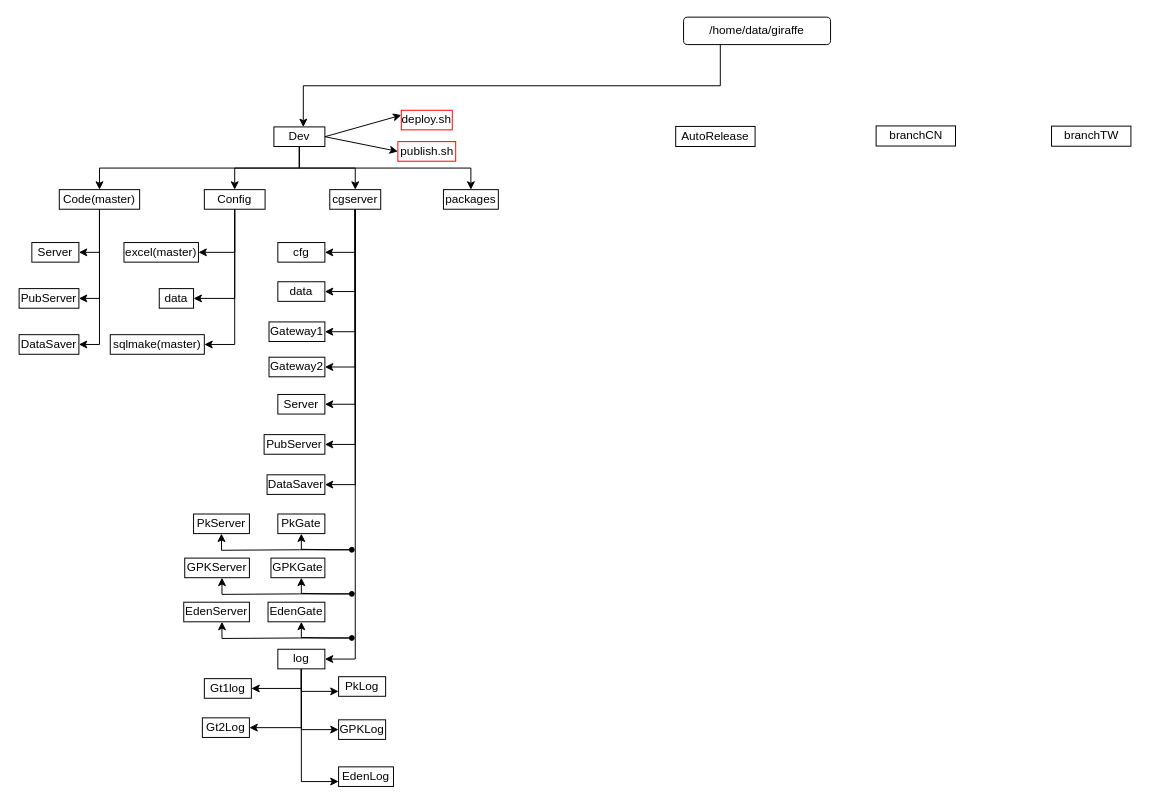
Before: cgArch.drawio in xiaodongYao/DrawIO, a draw.io diagram. Source tidied: cells renumbered, new cells numbered last; positions are measured from the earlier drawing's top-left corner, leaving out a move shared by most shapes. Both pictures are drawn from the tidied source at 98%, with x=0, y=0 at pixel (19, 17).
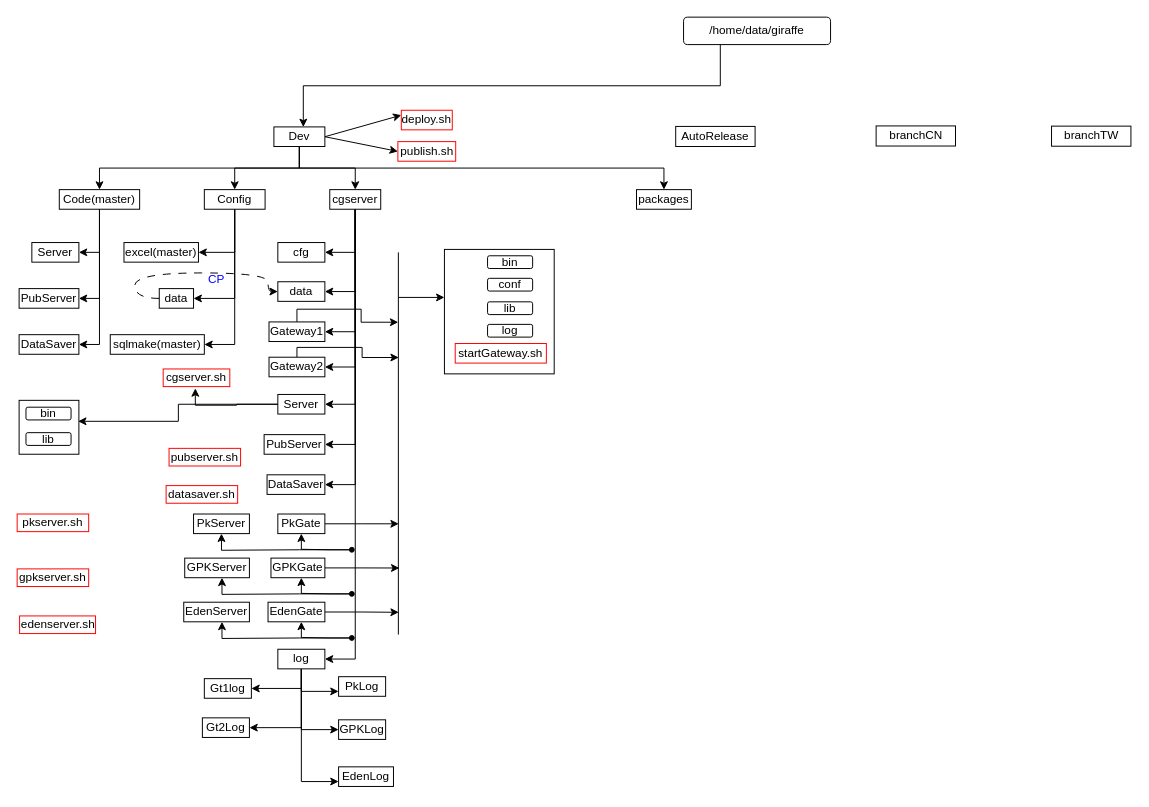
After the change.

The change refers to these unchanged cells:
```xml
<mxCell id="33" value="data" style="rounded=0;whiteSpace=wrap;html=1;" parent="1" vertex="1">
  <mxGeometry x="143" y="277" width="35" height="20" as="geometry" />
</mxCell>
<mxCell id="39" value="data" style="rounded=0;whiteSpace=wrap;html=1;" parent="1" vertex="1">
  <mxGeometry x="264" y="270" width="48" height="20" as="geometry" />
</mxCell>
<mxCell id="40" value="Gateway1" style="rounded=0;whiteSpace=wrap;html=1;" parent="1" vertex="1">
  <mxGeometry x="255" y="311" width="57" height="20" as="geometry" />
</mxCell>
<mxCell id="41" value="Server" style="rounded=0;whiteSpace=wrap;html=1;" parent="1" vertex="1">
  <mxGeometry x="264" y="385" width="48" height="20" as="geometry" />
</mxCell>
<mxCell id="43" value="PkGate" style="rounded=0;whiteSpace=wrap;html=1;" parent="1" vertex="1">
  <mxGeometry x="264" y="507" width="48" height="20" as="geometry" />
</mxCell>
<mxCell id="46" value="Gateway2" style="rounded=0;whiteSpace=wrap;html=1;" parent="1" vertex="1">
  <mxGeometry x="255" y="347" width="57" height="20" as="geometry" />
</mxCell>
<mxCell id="49" value="GPKGate" style="rounded=0;whiteSpace=wrap;html=1;" parent="1" vertex="1">
  <mxGeometry x="257" y="552" width="55" height="20" as="geometry" />
</mxCell>
<mxCell id="51" value="EdenGate" style="rounded=0;whiteSpace=wrap;html=1;" parent="1" vertex="1">
  <mxGeometry x="254" y="597" width="58" height="20" as="geometry" />
</mxCell>
```

The edit, as a diff of the source:
```diff
@@
+    <mxCell id="73" style="edgeStyle=orthogonalEdgeStyle;rounded=0;jettySize=auto;html=1;exitX=0.5;exitY=0;exitDx=0;exitDy=0;" parent="1" edge="1" source="40">
+      <mxGeometry relative="1" as="geometry">
+        <mxPoint x="386.9" y="311.3" as="targetPoint" />
+        <Array as="points">
+          <mxPoint x="283" y="298" />
+          <mxPoint x="349" y="298" />
+          <mxPoint x="349" y="311" />
+        </Array>
+      </mxGeometry>
+    </mxCell>
@@
+    <mxCell id="74" style="edgeStyle=orthogonalEdgeStyle;rounded=0;jettySize=auto;html=1;exitX=0;exitY=0.5;exitDx=0;exitDy=0;" parent="1" edge="1" source="41">
+      <mxGeometry relative="1" as="geometry">
+        <mxPoint x="179.8" y="378.8" as="targetPoint" />
+        <Array as="points">
+          <mxPoint x="222" y="395" />
+          <mxPoint x="180" y="396" />
+        </Array>
+      </mxGeometry>
+    </mxCell>
@@
+    <mxCell id="75" style="edgeStyle=orthogonalEdgeStyle;rounded=0;jettySize=auto;html=1;exitX=1;exitY=0.5;exitDx=0;exitDy=0;" parent="1" edge="1" source="43">
+      <mxGeometry relative="1" as="geometry">
+        <mxPoint x="387.4" y="517" as="targetPoint" />
+      </mxGeometry>
+    </mxCell>
@@
+    <mxCell id="76" style="edgeStyle=orthogonalEdgeStyle;rounded=0;jettySize=auto;html=1;exitX=0.5;exitY=0;exitDx=0;exitDy=0;" parent="1" edge="1" source="46">
+      <mxGeometry relative="1" as="geometry">
+        <mxPoint x="387.4" y="347.3" as="targetPoint" />
+        <Array as="points">
+          <mxPoint x="283" y="337" />
+          <mxPoint x="350" y="337" />
+          <mxPoint x="350" y="347" />
+        </Array>
+      </mxGeometry>
+    </mxCell>
@@
     <mxCell id="47" value="packages" style="rounded=0;whiteSpace=wrap;html=1;" parent="1" vertex="1">
-      <mxGeometry x="433" y="176" width="56" height="20" as="geometry" />
+      <mxGeometry x="630" y="176" width="56" height="20" as="geometry" />
     </mxCell>
@@
+    <mxCell id="77" style="edgeStyle=orthogonalEdgeStyle;rounded=0;jettySize=auto;html=1;exitX=1;exitY=0.5;exitDx=0;exitDy=0;" parent="1" edge="1" source="49">
+      <mxGeometry relative="1" as="geometry">
+        <mxPoint x="388" y="562.1" as="targetPoint" />
+      </mxGeometry>
+    </mxCell>
@@
+    <mxCell id="78" style="edgeStyle=orthogonalEdgeStyle;rounded=0;jettySize=auto;html=1;exitX=1;exitY=0.5;exitDx=0;exitDy=0;" parent="1" edge="1" source="51">
+      <mxGeometry relative="1" as="geometry">
+        <mxPoint x="387.4" y="607.3" as="targetPoint" />
+      </mxGeometry>
+    </mxCell>
@@
+    <mxCell id="79" style="edgeStyle=orthogonalEdgeStyle;rounded=0;jettySize=auto;html=1;exitX=0;exitY=0.5;exitDx=0;exitDy=0;entryX=0;entryY=0.5;entryDx=0;entryDy=0;curved=1;dashed=1;dashPattern=8 8;" parent="1" edge="1" source="33" target="39">
+      <mxGeometry relative="1" as="geometry">
+        <Array as="points">
+          <mxPoint x="118" y="287" />
+          <mxPoint x="118" y="261" />
+          <mxPoint x="254" y="261" />
+          <mxPoint x="254" y="280" />
+        </Array>
+      </mxGeometry>
+    </mxCell>
@@
+    <mxCell id="80" value="CP" style="text;html=1;align=center;verticalAlign=middle;whiteSpace=wrap;rounded=0;fontColor=#0000FF;" parent="1" vertex="1">
+      <mxGeometry x="192" y="258" width="19" height="19" as="geometry" />
+    </mxCell>
+    <mxCell id="81" style="rounded=0;whiteSpace=wrap;html=1;" parent="1" vertex="1">
+      <mxGeometry x="434" y="237" width="112" height="127" as="geometry" />
+    </mxCell>
+    <mxCell id="82" value="bin" style="rounded=1;whiteSpace=wrap;html=1;" parent="1" vertex="1">
+      <mxGeometry x="478" y="243.5" width="46" height="13" as="geometry" />
+    </mxCell>
+    <mxCell id="83" value="conf" style="rounded=1;whiteSpace=wrap;html=1;" parent="1" vertex="1">
+      <mxGeometry x="478" y="266.5" width="46" height="13" as="geometry" />
+    </mxCell>
+    <mxCell id="84" value="lib" style="rounded=1;whiteSpace=wrap;html=1;" parent="1" vertex="1">
+      <mxGeometry x="478" y="290.5" width="46" height="13" as="geometry" />
+    </mxCell>
+    <mxCell id="85" value="log" style="rounded=1;whiteSpace=wrap;html=1;" parent="1" vertex="1">
+      <mxGeometry x="478" y="313.5" width="46" height="13" as="geometry" />
+    </mxCell>
+    <mxCell id="86" value="startGateway.sh" style="rounded=0;whiteSpace=wrap;html=1;strokeColor=light-dark(#ff0000, #ededed);" parent="1" vertex="1">
+      <mxGeometry x="445" y="333" width="93" height="20" as="geometry" />
+    </mxCell>
+    <mxCell id="87" style="endArrow=none;html=1;rounded=0;" parent="1" edge="1">
+      <mxGeometry relative="1" as="geometry">
+        <mxPoint x="387" y="630" as="sourcePoint" />
+        <mxPoint x="387" y="240" as="targetPoint" />
+      </mxGeometry>
+    </mxCell>
+    <mxCell id="88" style="endArrow=classic;html=1;rounded=0;" parent="1" edge="1">
+      <mxGeometry relative="1" as="geometry">
+        <mxPoint x="387" y="286" as="sourcePoint" />
+        <mxPoint x="434" y="286" as="targetPoint" />
+      </mxGeometry>
+    </mxCell>
+    <mxCell id="89" style="rounded=0;whiteSpace=wrap;html=1;" parent="1" vertex="1">
+      <mxGeometry y="391" width="61" height="55" as="geometry" />
+    </mxCell>
+    <mxCell id="90" value="bin" style="rounded=1;whiteSpace=wrap;html=1;" parent="1" vertex="1">
+      <mxGeometry x="7" y="398" width="46" height="13" as="geometry" />
+    </mxCell>
+    <mxCell id="91" value="lib" style="rounded=1;whiteSpace=wrap;html=1;" parent="1" vertex="1">
+      <mxGeometry x="7" y="424" width="46" height="13" as="geometry" />
+    </mxCell>
+    <mxCell id="92" value="cgserver.sh" style="rounded=0;whiteSpace=wrap;html=1;strokeColor=light-dark(#ff0000, #ededed);" parent="1" vertex="1">
+      <mxGeometry x="147" y="359" width="68" height="18" as="geometry" />
+    </mxCell>
+    <mxCell id="93" value="pubserver.sh" style="rounded=0;whiteSpace=wrap;html=1;strokeColor=light-dark(#ff0000, #ededed);" parent="1" vertex="1">
+      <mxGeometry x="153" y="440" width="73" height="18" as="geometry" />
+    </mxCell>
+    <mxCell id="94" value="datasaver.sh" style="rounded=0;whiteSpace=wrap;html=1;strokeColor=light-dark(#ff0000, #ededed);" parent="1" vertex="1">
+      <mxGeometry x="150" y="478" width="73" height="18" as="geometry" />
+    </mxCell>
+    <mxCell id="95" value="pkserver.sh" style="rounded=0;whiteSpace=wrap;html=1;strokeColor=light-dark(#ff0000, #ededed);" parent="1" vertex="1">
+      <mxGeometry x="-2" y="507" width="73" height="18" as="geometry" />
+    </mxCell>
+    <mxCell id="96" value="gpkserver.sh" style="rounded=0;whiteSpace=wrap;html=1;strokeColor=light-dark(#ff0000, #ededed);" parent="1" vertex="1">
+      <mxGeometry x="-2" y="563" width="73" height="18" as="geometry" />
+    </mxCell>
+    <mxCell id="97" value="edenserver.sh" style="rounded=0;whiteSpace=wrap;html=1;strokeColor=light-dark(#ff0000, #ededed);" parent="1" vertex="1">
+      <mxGeometry x="0.5" y="611" width="77.5" height="18" as="geometry" />
+    </mxCell>
+    <mxCell id="98" style="edgeStyle=orthogonalEdgeStyle;rounded=0;jettySize=auto;html=1;exitX=0;exitY=0.5;exitDx=0;exitDy=0;entryX=0.987;entryY=0.389;entryDx=0;entryDy=0;entryPerimeter=0;" parent="1" edge="1" source="41" target="89">
+      <mxGeometry relative="1" as="geometry" />
+    </mxCell>
```
